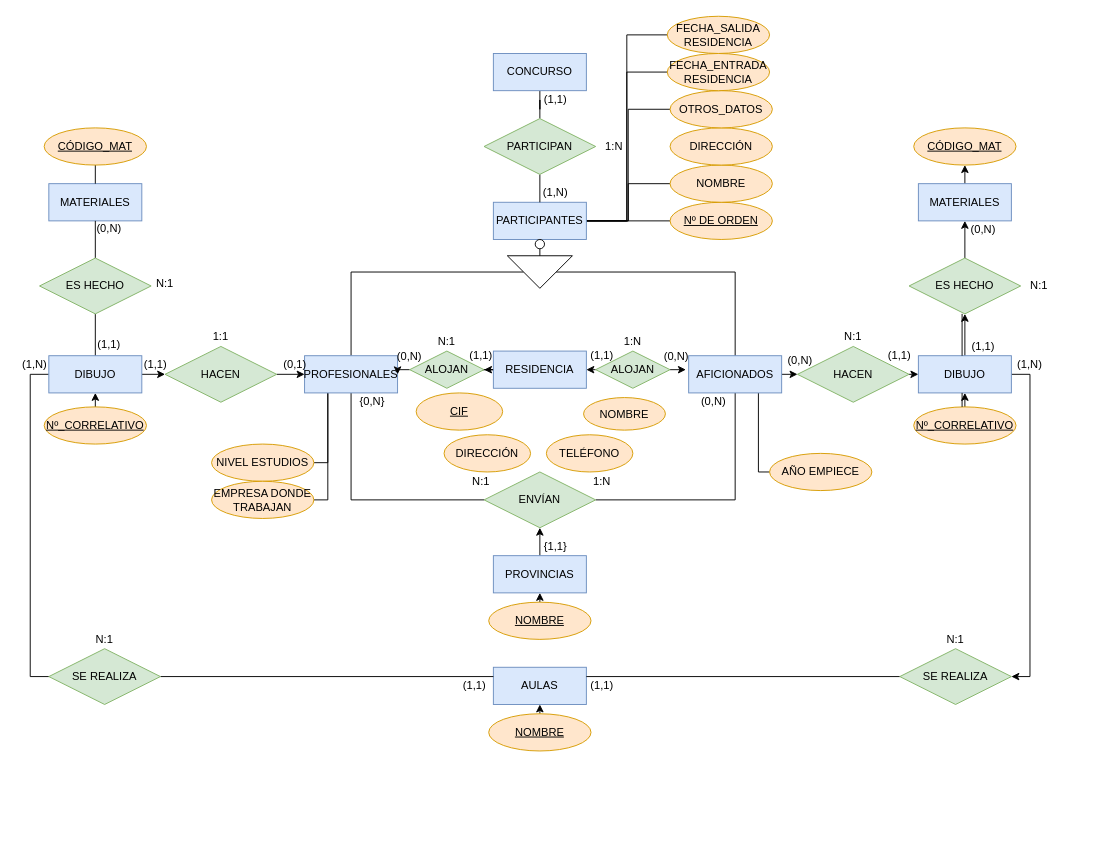
Earlier version of the draw.io diagram Ejercicio2_Examen.drawio (Axel-Vicente/BBDD). Source tidied: cells renumbered, new cells numbered last; positions are measured from the earlier drawing's top-left corner, leaving out a move shared by most shapes. Both pictures are drawn from the tidied source at 93%, with x=0, y=0 at pixel (16, 16).
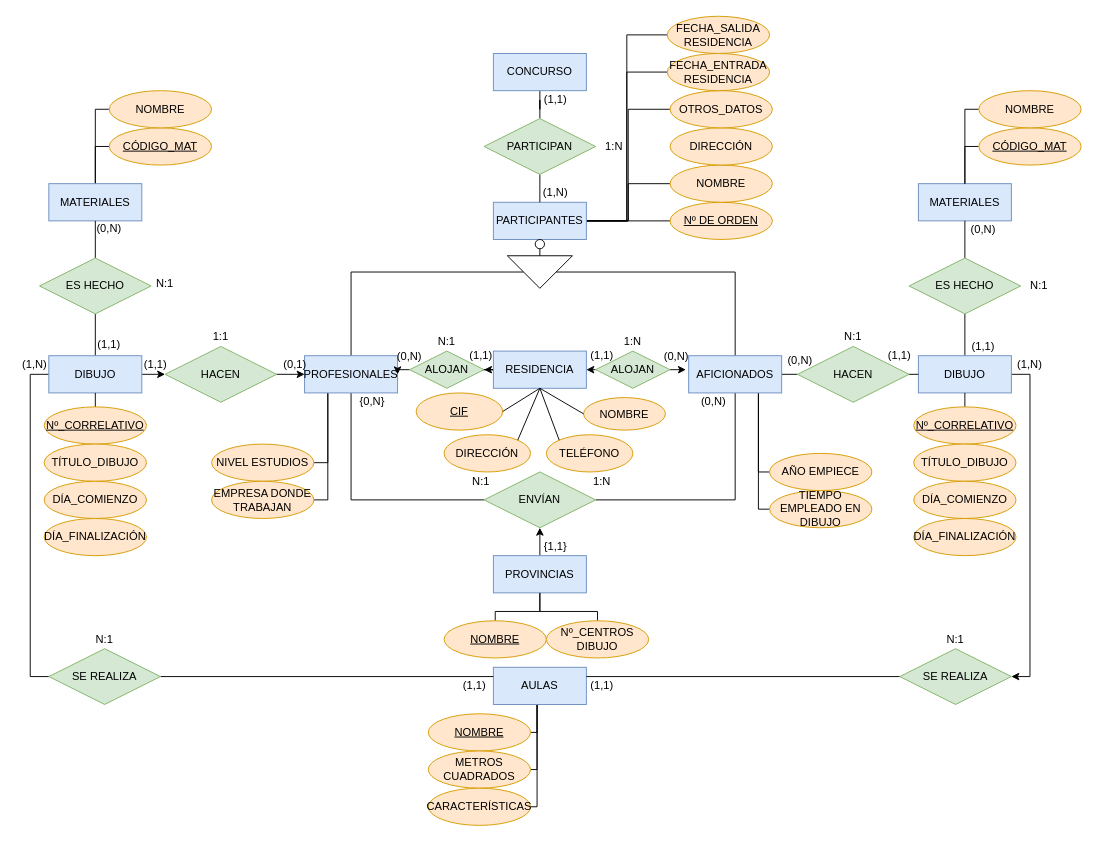
The same page after the edit.

Unchanged cells that the change refers to:
```xml
<mxCell id="9" value="PROVINCIAS" style="whiteSpace=wrap;html=1;align=center;fillColor=#dae8fc;strokeColor=#6c8ebf;" parent="1" vertex="1">
  <mxGeometry x="513" y="580" width="100" height="40" as="geometry" />
</mxCell>
<mxCell id="17" value="AFICIONADOS" style="whiteSpace=wrap;html=1;align=center;fillColor=#dae8fc;strokeColor=#6c8ebf;" parent="1" vertex="1">
  <mxGeometry x="723" y="365" width="100" height="40" as="geometry" />
</mxCell>
<mxCell id="21" value="DIBUJO" style="whiteSpace=wrap;html=1;align=center;fillColor=#dae8fc;strokeColor=#6c8ebf;" parent="1" vertex="1">
  <mxGeometry x="970" y="365" width="100" height="40" as="geometry" />
</mxCell>
<mxCell id="28" value="HACEN" style="shape=rhombus;perimeter=rhombusPerimeter;whiteSpace=wrap;html=1;align=center;fillColor=#d5e8d4;strokeColor=#82b366;" parent="1" vertex="1">
  <mxGeometry x="840" y="355" width="120" height="60" as="geometry" />
</mxCell>
<mxCell id="34" value="DIBUJO" style="whiteSpace=wrap;html=1;align=center;fillColor=#dae8fc;strokeColor=#6c8ebf;" parent="1" vertex="1">
  <mxGeometry x="35" y="365" width="100" height="40" as="geometry" />
</mxCell>
<mxCell id="36" value="Nº_CORRELATIVO" style="ellipse;whiteSpace=wrap;html=1;align=center;fillColor=#ffe6cc;strokeColor=#d79b00;fontStyle=4;" parent="1" vertex="1">
  <mxGeometry x="30" y="420" width="110" height="40" as="geometry" />
</mxCell>
<mxCell id="45" value="MATERIALES" style="whiteSpace=wrap;html=1;align=center;fillColor=#dae8fc;strokeColor=#6c8ebf;" parent="1" vertex="1">
  <mxGeometry x="35" y="180" width="100" height="40" as="geometry" />
</mxCell>
<mxCell id="49" value="MATERIALES" style="whiteSpace=wrap;html=1;align=center;fillColor=#dae8fc;strokeColor=#6c8ebf;" parent="1" vertex="1">
  <mxGeometry x="970" y="180" width="100" height="40" as="geometry" />
</mxCell>
<mxCell id="51" value="ES HECHO" style="shape=rhombus;perimeter=rhombusPerimeter;whiteSpace=wrap;html=1;align=center;fillColor=#d5e8d4;strokeColor=#82b366;" parent="1" vertex="1">
  <mxGeometry x="960" y="260" width="120" height="60" as="geometry" />
</mxCell>
<mxCell id="58" value="AULAS" style="whiteSpace=wrap;html=1;align=center;fillColor=#dae8fc;strokeColor=#6c8ebf;" parent="1" vertex="1">
  <mxGeometry x="513" y="700" width="100" height="40" as="geometry" />
</mxCell>
<mxCell id="70" value="RESIDENCIA" style="whiteSpace=wrap;html=1;align=center;fillColor=#dae8fc;strokeColor=#6c8ebf;" parent="1" vertex="1">
  <mxGeometry x="513" y="360" width="100" height="40" as="geometry" />
</mxCell>
<mxCell id="89" value="CIF" style="ellipse;whiteSpace=wrap;html=1;align=center;fillColor=#ffe6cc;strokeColor=#d79b00;fontStyle=4;" parent="1" vertex="1">
  <mxGeometry x="430" y="405" width="93" height="40" as="geometry" />
</mxCell>
<mxCell id="111" value="NOMBRE" style="ellipse;whiteSpace=wrap;html=1;align=center;fillColor=#ffe6cc;strokeColor=#d79b00;fontStyle=0;" parent="1" vertex="1">
  <mxGeometry x="610" y="410" width="88" height="35" as="geometry" />
</mxCell>
<mxCell id="112" value="DIRECCIÓN" style="ellipse;whiteSpace=wrap;html=1;align=center;fillColor=#ffe6cc;strokeColor=#d79b00;fontStyle=0;" parent="1" vertex="1">
  <mxGeometry x="460" y="450" width="93" height="40" as="geometry" />
</mxCell>
<mxCell id="113" value="TELÉFONO" style="ellipse;whiteSpace=wrap;html=1;align=center;fillColor=#ffe6cc;strokeColor=#d79b00;fontStyle=0;" parent="1" vertex="1">
  <mxGeometry x="570" y="450" width="93" height="40" as="geometry" />
</mxCell>
```

The edit, as a diff of the source:
```diff
@@
+    <mxCell id="116" style="edgeStyle=orthogonalEdgeStyle;rounded=0;jettySize=auto;html=1;exitX=0.5;exitY=1;exitDx=0;exitDy=0;entryX=0.5;entryY=0;entryDx=0;entryDy=0;endArrow=none;endFill=0;strokeWidth=1;" parent="1" edge="1" source="9" target="141">
+      <mxGeometry relative="1" as="geometry" />
+    </mxCell>
@@
-    <mxCell id="15" style="edgeStyle=orthogonalEdgeStyle;rounded=0;jettySize=auto;html=1;exitX=1;exitY=0.5;exitDx=0;exitDy=0;entryX=0;entryY=0.5;entryDx=0;entryDy=0;fontSize=22;" parent="1" edge="1" source="17" target="28">
+    <mxCell id="15" style="edgeStyle=orthogonalEdgeStyle;rounded=0;jettySize=auto;html=1;exitX=1;exitY=0.5;exitDx=0;exitDy=0;entryX=0;entryY=0.5;entryDx=0;entryDy=0;fontSize=22;endArrow=none;endFill=0;" parent="1" edge="1" source="17" target="28">
       <mxGeometry relative="1" as="geometry" />
     </mxCell>
@@
+    <mxCell id="117" style="edgeStyle=orthogonalEdgeStyle;rounded=0;jettySize=auto;html=1;exitX=0.75;exitY=1;exitDx=0;exitDy=0;entryX=0;entryY=0.5;entryDx=0;entryDy=0;endArrow=none;endFill=0;" parent="1" edge="1" source="17" target="127">
+      <mxGeometry relative="1" as="geometry">
+        <Array as="points">
+          <mxPoint x="798" y="530" />
+        </Array>
+      </mxGeometry>
+    </mxCell>
@@
-    <mxCell id="19" style="edgeStyle=orthogonalEdgeStyle;rounded=0;jettySize=auto;html=1;exitX=0.5;exitY=0;exitDx=0;exitDy=0;entryX=0.5;entryY=1;entryDx=0;entryDy=0;fontSize=22;" parent="1" edge="1" source="21" target="51">
+    <mxCell id="19" style="edgeStyle=orthogonalEdgeStyle;rounded=0;jettySize=auto;html=1;exitX=0.5;exitY=0;exitDx=0;exitDy=0;entryX=0.5;entryY=1;entryDx=0;entryDy=0;fontSize=22;endArrow=none;endFill=0;" parent="1" edge="1" source="21" target="51">
       <mxGeometry relative="1" as="geometry" />
     </mxCell>
@@
-    <mxCell id="25" style="edgeStyle=orthogonalEdgeStyle;rounded=0;jettySize=auto;html=1;exitX=0.5;exitY=0;exitDx=0;exitDy=0;entryX=0.5;entryY=1;entryDx=0;entryDy=0;fontSize=22;" parent="1" edge="1" source="26" target="21">
-      <mxGeometry relative="1" as="geometry" />
-    </mxCell>
-    <mxCell id="26" value="Nº_CORRELATIVO" style="ellipse;whiteSpace=wrap;html=1;align=center;fillColor=#ffe6cc;strokeColor=#d79b00;fontStyle=4;" parent="1" vertex="1">
-      <mxGeometry x="965" y="420" width="110" height="40" as="geometry" />
-    </mxCell>
-    <mxCell id="27" style="edgeStyle=orthogonalEdgeStyle;rounded=0;jettySize=auto;html=1;exitX=1;exitY=0.5;exitDx=0;exitDy=0;entryX=0;entryY=0.5;entryDx=0;entryDy=0;fontSize=22;" parent="1" edge="1" source="28" target="21">
+    <mxCell id="27" style="edgeStyle=orthogonalEdgeStyle;rounded=0;jettySize=auto;html=1;exitX=1;exitY=0.5;exitDx=0;exitDy=0;entryX=0;entryY=0.5;entryDx=0;entryDy=0;fontSize=22;endArrow=none;endFill=0;" parent="1" edge="1" source="28" target="21">
       <mxGeometry relative="1" as="geometry" />
     </mxCell>
@@
-    <mxCell id="35" style="edgeStyle=orthogonalEdgeStyle;rounded=0;jettySize=auto;html=1;exitX=0.5;exitY=0;exitDx=0;exitDy=0;entryX=0.5;entryY=1;entryDx=0;entryDy=0;fontSize=22;" parent="1" edge="1" source="36" target="34">
+    <mxCell id="35" style="edgeStyle=orthogonalEdgeStyle;rounded=0;jettySize=auto;html=1;exitX=0.5;exitY=0;exitDx=0;exitDy=0;entryX=0.5;entryY=1;entryDx=0;entryDy=0;fontSize=22;endArrow=none;endFill=0;" parent="1" edge="1" source="36" target="34">
       <mxGeometry relative="1" as="geometry" />
     </mxCell>
@@
+    <mxCell id="118" style="edgeStyle=orthogonalEdgeStyle;rounded=0;jettySize=auto;html=1;exitX=0.5;exitY=0;exitDx=0;exitDy=0;entryX=0;entryY=0.5;entryDx=0;entryDy=0;endArrow=none;endFill=0;" parent="1" edge="1" source="45" target="96">
+      <mxGeometry relative="1" as="geometry">
+        <Array as="points">
+          <mxPoint x="85" y="140" />
+        </Array>
+      </mxGeometry>
+    </mxCell>
+    <mxCell id="119" style="edgeStyle=orthogonalEdgeStyle;rounded=0;jettySize=auto;html=1;exitX=0.5;exitY=0;exitDx=0;exitDy=0;entryX=0;entryY=0.5;entryDx=0;entryDy=0;endArrow=none;endFill=0;" parent="1" edge="1" source="45" target="123">
+      <mxGeometry relative="1" as="geometry">
+        <Array as="points">
+          <mxPoint x="85" y="100" />
+        </Array>
+      </mxGeometry>
+    </mxCell>
@@
-    <mxCell id="48" style="edgeStyle=orthogonalEdgeStyle;rounded=0;jettySize=auto;html=1;exitX=0.5;exitY=0;exitDx=0;exitDy=0;entryX=0.5;entryY=1;entryDx=0;entryDy=0;fontSize=22;" parent="1" edge="1" source="49" target="97">
-      <mxGeometry relative="1" as="geometry" />
-    </mxCell>
@@
-    <mxCell id="50" style="edgeStyle=orthogonalEdgeStyle;rounded=0;jettySize=auto;html=1;exitX=0.5;exitY=0;exitDx=0;exitDy=0;entryX=0.5;entryY=1;entryDx=0;entryDy=0;fontSize=22;" parent="1" edge="1" source="51" target="49">
+    <mxCell id="50" style="edgeStyle=orthogonalEdgeStyle;rounded=0;jettySize=auto;html=1;exitX=0.5;exitY=0;exitDx=0;exitDy=0;entryX=0.5;entryY=1;entryDx=0;entryDy=0;fontSize=22;endArrow=none;endFill=0;" parent="1" edge="1" source="51" target="49">
       <mxGeometry relative="1" as="geometry" />
     </mxCell>
@@
+    <mxCell id="120" style="edgeStyle=orthogonalEdgeStyle;rounded=0;jettySize=auto;html=1;exitX=0.5;exitY=1;exitDx=0;exitDy=0;entryX=1;entryY=0.5;entryDx=0;entryDy=0;endArrow=none;endFill=0;strokeWidth=1;" parent="1" edge="1" source="58" target="100">
+      <mxGeometry relative="1" as="geometry">
+        <Array as="points">
+          <mxPoint x="560" y="740" />
+          <mxPoint x="560" y="770" />
+        </Array>
+      </mxGeometry>
+    </mxCell>
+    <mxCell id="121" style="edgeStyle=orthogonalEdgeStyle;rounded=0;jettySize=auto;html=1;exitX=0.5;exitY=1;exitDx=0;exitDy=0;entryX=1;entryY=0.5;entryDx=0;entryDy=0;endArrow=none;endFill=0;strokeWidth=1;" parent="1" edge="1" source="58" target="133">
+      <mxGeometry relative="1" as="geometry">
+        <Array as="points">
+          <mxPoint x="560" y="740" />
+          <mxPoint x="560" y="850" />
+        </Array>
+      </mxGeometry>
+    </mxCell>
+    <mxCell id="122" style="edgeStyle=orthogonalEdgeStyle;rounded=0;jettySize=auto;html=1;exitX=0.5;exitY=1;exitDx=0;exitDy=0;entryX=1;entryY=0.5;entryDx=0;entryDy=0;endArrow=none;endFill=0;strokeWidth=1;" parent="1" edge="1" source="58" target="132">
+      <mxGeometry relative="1" as="geometry">
+        <Array as="points">
+          <mxPoint x="560" y="740" />
+          <mxPoint x="560" y="810" />
+        </Array>
+      </mxGeometry>
+    </mxCell>
@@
-    <mxCell id="93" style="edgeStyle=orthogonalEdgeStyle;rounded=0;jettySize=auto;html=1;exitX=0.5;exitY=0;exitDx=0;exitDy=0;entryX=0.5;entryY=1;entryDx=0;entryDy=0;fontSize=22;" parent="1" edge="1" source="94" target="9">
-      <mxGeometry relative="1" as="geometry" />
+    <mxCell id="93" style="edgeStyle=orthogonalEdgeStyle;rounded=0;jettySize=auto;html=1;exitX=0.5;exitY=0;exitDx=0;exitDy=0;entryX=0.5;entryY=1;entryDx=0;entryDy=0;fontSize=22;endArrow=none;endFill=0;" parent="1" edge="1" source="94" target="9">
+      <mxGeometry relative="1" as="geometry">
+        <Array as="points">
+          <mxPoint x="515" y="640" />
+          <mxPoint x="563" y="640" />
+        </Array>
+      </mxGeometry>
     </mxCell>
     <mxCell id="94" value="NOMBRE" style="ellipse;whiteSpace=wrap;html=1;align=center;fillColor=#ffe6cc;strokeColor=#d79b00;fontStyle=4;" parent="1" vertex="1">
-      <mxGeometry x="508" y="630" width="110" height="40" as="geometry" />
+      <mxGeometry x="460" y="650" width="110" height="40" as="geometry" />
     </mxCell>
-    <mxCell id="95" style="edgeStyle=orthogonalEdgeStyle;rounded=0;jettySize=auto;html=1;exitX=0.5;exitY=1;exitDx=0;exitDy=0;entryX=0.5;entryY=0;entryDx=0;entryDy=0;fontSize=22;endArrow=none;endFill=0;" parent="1" edge="1" source="96" target="45">
-      <mxGeometry relative="1" as="geometry" />
-    </mxCell>
     <mxCell id="96" value="CÓDIGO_MAT" style="ellipse;whiteSpace=wrap;html=1;align=center;fillColor=#ffe6cc;strokeColor=#d79b00;fontStyle=4;" parent="1" vertex="1">
-      <mxGeometry x="30" y="120" width="110" height="40" as="geometry" />
+      <mxGeometry x="100" y="120" width="110" height="40" as="geometry" />
     </mxCell>
-    <mxCell id="97" value="CÓDIGO_MAT" style="ellipse;whiteSpace=wrap;html=1;align=center;fillColor=#ffe6cc;strokeColor=#d79b00;fontStyle=4;" parent="1" vertex="1">
-      <mxGeometry x="965" y="120" width="110" height="40" as="geometry" />
-    </mxCell>
@@
-    <mxCell id="99" style="edgeStyle=orthogonalEdgeStyle;rounded=0;jettySize=auto;html=1;exitX=0.5;exitY=0;exitDx=0;exitDy=0;entryX=0.5;entryY=1;entryDx=0;entryDy=0;fontSize=22;" parent="1" edge="1" source="100" target="58">
-      <mxGeometry relative="1" as="geometry" />
-    </mxCell>
     <mxCell id="100" value="NOMBRE" style="ellipse;whiteSpace=wrap;html=1;align=center;fillColor=#ffe6cc;strokeColor=#d79b00;fontStyle=4;" parent="1" vertex="1">
-      <mxGeometry x="508" y="750" width="110" height="40" as="geometry" />
+      <mxGeometry x="443" y="750" width="110" height="40" as="geometry" />
     </mxCell>
@@
-    <mxCell id="103" style="edgeStyle=orthogonalEdgeStyle;rounded=0;orthogonalLoop=1;jettySize=auto;html=1;exitX=0.5;exitY=0;exitDx=0;exitDy=0;entryX=0.5;entryY=1;entryDx=0;entryDy=0;fontSize=22;endArrow=none;endFill=0;" parent="1" edge="1">
-      <mxGeometry relative="1" as="geometry">
-        <mxPoint x="1017" y="365" as="sourcePoint" />
-        <mxPoint x="1017" y="320" as="targetPoint" />
-      </mxGeometry>
-    </mxCell>
-    <mxCell id="104" style="edgeStyle=orthogonalEdgeStyle;rounded=0;orthogonalLoop=1;jettySize=auto;html=1;exitX=0.5;exitY=0;exitDx=0;exitDy=0;entryX=0.5;entryY=1;entryDx=0;entryDy=0;fontSize=22;endArrow=none;endFill=0;" parent="1" edge="1">
-      <mxGeometry relative="1" as="geometry">
-        <mxPoint x="1017" y="420" as="sourcePoint" />
-        <mxPoint x="1017" y="405" as="targetPoint" />
-      </mxGeometry>
-    </mxCell>
@@
+    <mxCell id="123" value="NOMBRE" style="ellipse;whiteSpace=wrap;html=1;align=center;fillColor=#ffe6cc;strokeColor=#d79b00;fontStyle=0;" parent="1" vertex="1">
+      <mxGeometry x="100" y="80" width="110" height="40" as="geometry" />
+    </mxCell>
+    <mxCell id="124" value="TÍTULO_DIBUJO" style="ellipse;whiteSpace=wrap;html=1;align=center;fillColor=#ffe6cc;strokeColor=#d79b00;fontStyle=0;" parent="1" vertex="1">
+      <mxGeometry x="30" y="460" width="110" height="40" as="geometry" />
+    </mxCell>
+    <mxCell id="125" value="DÍA_COMIENZO" style="ellipse;whiteSpace=wrap;html=1;align=center;fillColor=#ffe6cc;strokeColor=#d79b00;fontStyle=0;" parent="1" vertex="1">
+      <mxGeometry x="30" y="500" width="110" height="40" as="geometry" />
+    </mxCell>
+    <mxCell id="126" value="DÍA_FINALIZACIÓN" style="ellipse;whiteSpace=wrap;html=1;align=center;fillColor=#ffe6cc;strokeColor=#d79b00;fontStyle=0;" parent="1" vertex="1">
+      <mxGeometry x="30" y="540" width="110" height="40" as="geometry" />
+    </mxCell>
+    <mxCell id="127" value="TIEMPO EMPLEADO EN DIBUJO" style="ellipse;whiteSpace=wrap;html=1;align=center;fillColor=#ffe6cc;strokeColor=#d79b00;fontStyle=0;" parent="1" vertex="1">
+      <mxGeometry x="810" y="510" width="110" height="40" as="geometry" />
+    </mxCell>
+    <mxCell id="128" style="endArrow=none;html=1;strokeWidth=1;entryX=0.5;entryY=1;entryDx=0;entryDy=0;exitX=1;exitY=0.5;exitDx=0;exitDy=0;" parent="1" edge="1" source="89" target="70">
+      <mxGeometry relative="1" as="geometry" />
+    </mxCell>
+    <mxCell id="129" style="endArrow=none;html=1;strokeWidth=1;entryX=0.5;entryY=1;entryDx=0;entryDy=0;exitX=1;exitY=0;exitDx=0;exitDy=0;" parent="1" edge="1" source="112" target="70">
+      <mxGeometry relative="1" as="geometry" />
+    </mxCell>
+    <mxCell id="130" style="endArrow=none;html=1;strokeWidth=1;entryX=0.5;entryY=1;entryDx=0;entryDy=0;exitX=0;exitY=0;exitDx=0;exitDy=0;" parent="1" edge="1" source="113" target="70">
+      <mxGeometry relative="1" as="geometry" />
+    </mxCell>
+    <mxCell id="131" style="endArrow=none;html=1;strokeWidth=1;entryX=0.5;entryY=1;entryDx=0;entryDy=0;exitX=0;exitY=0.5;exitDx=0;exitDy=0;" parent="1" edge="1" source="111" target="70">
+      <mxGeometry relative="1" as="geometry" />
+    </mxCell>
+    <mxCell id="132" value="METROS CUADRADOS" style="ellipse;whiteSpace=wrap;html=1;align=center;fillColor=#ffe6cc;strokeColor=#d79b00;fontStyle=0;" parent="1" vertex="1">
+      <mxGeometry x="443" y="790" width="110" height="40" as="geometry" />
+    </mxCell>
+    <mxCell id="133" value="CARACTERÍSTICAS" style="ellipse;whiteSpace=wrap;html=1;align=center;fillColor=#ffe6cc;strokeColor=#d79b00;fontStyle=0;" parent="1" vertex="1">
+      <mxGeometry x="443" y="830" width="110" height="40" as="geometry" />
+    </mxCell>
+    <mxCell id="134" style="edgeStyle=orthogonalEdgeStyle;rounded=0;jettySize=auto;html=1;exitX=0.5;exitY=0;exitDx=0;exitDy=0;entryX=0;entryY=0.5;entryDx=0;entryDy=0;endArrow=none;endFill=0;" parent="1" edge="1" target="97">
+      <mxGeometry relative="1" as="geometry">
+        <mxPoint x="1020" y="180" as="sourcePoint" />
+        <Array as="points">
+          <mxPoint x="1020" y="140" />
+        </Array>
+      </mxGeometry>
+    </mxCell>
+    <mxCell id="135" style="edgeStyle=orthogonalEdgeStyle;rounded=0;jettySize=auto;html=1;exitX=0.5;exitY=0;exitDx=0;exitDy=0;entryX=0;entryY=0.5;entryDx=0;entryDy=0;endArrow=none;endFill=0;" parent="1" edge="1" target="136">
+      <mxGeometry relative="1" as="geometry">
+        <mxPoint x="1020" y="180" as="sourcePoint" />
+        <Array as="points">
+          <mxPoint x="1020" y="100" />
+        </Array>
+      </mxGeometry>
+    </mxCell>
+    <mxCell id="97" value="CÓDIGO_MAT" style="ellipse;whiteSpace=wrap;html=1;align=center;fillColor=#ffe6cc;strokeColor=#d79b00;fontStyle=4;" parent="1" vertex="1">
+      <mxGeometry x="1035" y="120" width="110" height="40" as="geometry" />
+    </mxCell>
+    <mxCell id="136" value="NOMBRE" style="ellipse;whiteSpace=wrap;html=1;align=center;fillColor=#ffe6cc;strokeColor=#d79b00;fontStyle=0;" parent="1" vertex="1">
+      <mxGeometry x="1035" y="80" width="110" height="40" as="geometry" />
+    </mxCell>
+    <mxCell id="137" style="edgeStyle=orthogonalEdgeStyle;rounded=0;jettySize=auto;html=1;exitX=0.5;exitY=0;exitDx=0;exitDy=0;entryX=0.5;entryY=1;entryDx=0;entryDy=0;fontSize=22;endArrow=none;endFill=0;" parent="1" edge="1" source="26">
+      <mxGeometry relative="1" as="geometry">
+        <mxPoint x="1020" y="405" as="targetPoint" />
+      </mxGeometry>
+    </mxCell>
+    <mxCell id="26" value="Nº_CORRELATIVO" style="ellipse;whiteSpace=wrap;html=1;align=center;fillColor=#ffe6cc;strokeColor=#d79b00;fontStyle=4;" parent="1" vertex="1">
+      <mxGeometry x="965" y="420" width="110" height="40" as="geometry" />
+    </mxCell>
+    <mxCell id="138" value="TÍTULO_DIBUJO" style="ellipse;whiteSpace=wrap;html=1;align=center;fillColor=#ffe6cc;strokeColor=#d79b00;fontStyle=0;" parent="1" vertex="1">
+      <mxGeometry x="965" y="460" width="110" height="40" as="geometry" />
+    </mxCell>
+    <mxCell id="139" value="DÍA_COMIENZO" style="ellipse;whiteSpace=wrap;html=1;align=center;fillColor=#ffe6cc;strokeColor=#d79b00;fontStyle=0;" parent="1" vertex="1">
+      <mxGeometry x="965" y="500" width="110" height="40" as="geometry" />
+    </mxCell>
+    <mxCell id="140" value="DÍA_FINALIZACIÓN" style="ellipse;whiteSpace=wrap;html=1;align=center;fillColor=#ffe6cc;strokeColor=#d79b00;fontStyle=0;" parent="1" vertex="1">
+      <mxGeometry x="965" y="540" width="110" height="40" as="geometry" />
+    </mxCell>
+    <mxCell id="141" value="Nº_CENTROS DIBUJO" style="ellipse;whiteSpace=wrap;html=1;align=center;fillColor=#ffe6cc;strokeColor=#d79b00;fontStyle=0;" parent="1" vertex="1">
+      <mxGeometry x="570" y="650" width="110" height="40" as="geometry" />
+    </mxCell>
```
